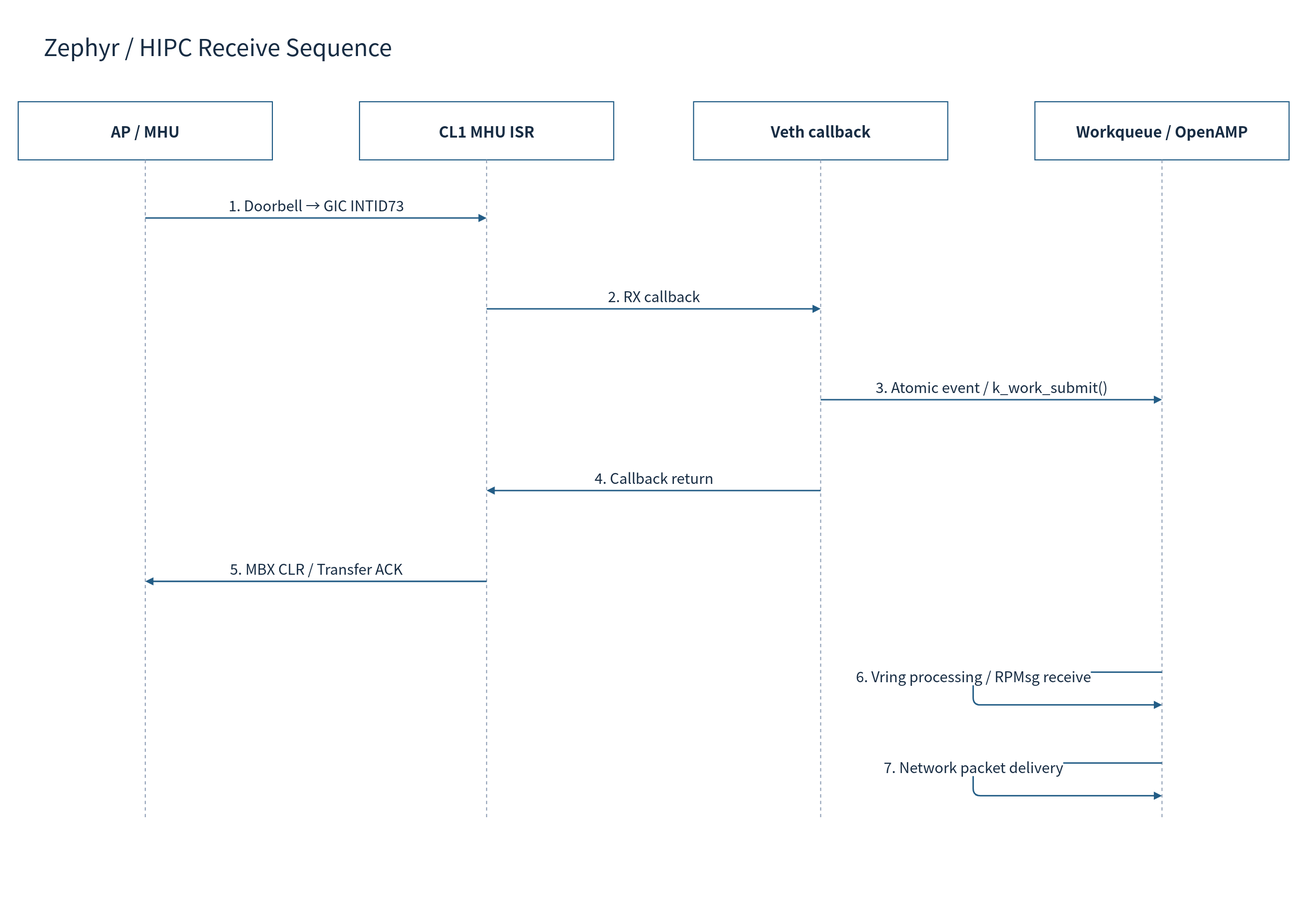
This is doc/phase1/mailbox/diagrams/20-zephyr-sequence.drawio.svg from cometzero/project-apollo, a draw.io export, as it was before one commit. Source tidied: cells renumbered, new cells last; positions are measured from the earlier drawing's top-left corner, leaving out a move shared by most shapes.
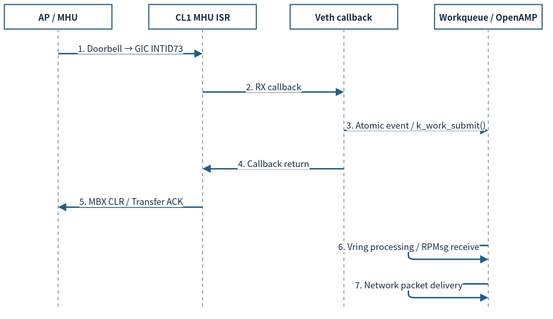
Above is the later version.

What changed in the source:
```diff
@@ -2,103 +2,97 @@
   <root>
     <mxCell id="0" />
     <mxCell id="1" parent="0" />
-    <mxCell id="2" style="rounded=0;whiteSpace=wrap;html=1;fillColor=#FFFFFF;strokeColor=none;strokeWidth=1.5;fontColor=#172C43;fontFamily=Noto Sans CJK KR;fontSize=22;spacing=10;" parent="1" vertex="1">
-      <mxGeometry width="1800" height="1265" as="geometry" />
-    </mxCell>
-    <mxCell id="3" value="Zephyr / HIPC Receive Sequence" style="rounded=0;whiteSpace=wrap;html=1;fillColor=#FFFFFF;strokeColor=none;strokeWidth=1.5;fontColor=#172C43;fontFamily=Noto Sans CJK KR;fontSize=22;spacing=10;fontSize=32;align=left;" parent="1" vertex="1">
-      <mxGeometry x="50" y="30" width="1700" height="65" as="geometry" />
-    </mxCell>
-    <mxCell id="4" value="AP / MHU" style="rounded=0;whiteSpace=wrap;html=1;fillColor=#FFFFFF;strokeColor=#235D86;strokeWidth=1.5;fontColor=#172C43;fontFamily=Noto Sans CJK KR;fontSize=22;spacing=10;fontStyle=1;fontSize=21;" parent="1" vertex="1">
-      <mxGeometry x="25" y="140" width="350" height="80" as="geometry" />
+    <mxCell id="4" value="AP / MHU" style="rounded=0;whiteSpace=wrap;html=1;fillColor=#FFFFFF;strokeColor=#235D86;strokeWidth=1.5;fontColor=#172C43;fontFamily=Noto Sans CJK KR;fontStyle=1;fontSize=12;spacing=3;whiteSpace=wrap;" parent="1" vertex="1">
+      <mxGeometry x="12" y="12" width="148" height="33.8" as="geometry" />
     </mxCell>
-    <mxCell id="5" style="endArrow=none;dashed=1;strokeColor=#94A3B8;strokeWidth=1.5;" parent="1" edge="1">
+    <mxCell id="5" style="endArrow=none;dashed=1;strokeColor=#94A3B8;strokeWidth=1.5;fontSize=12;spacing=3;whiteSpace=nowrap;" parent="1" edge="1">
       <mxGeometry relative="1" as="geometry">
-        <mxPoint x="200" y="220" as="sourcePoint" />
-        <mxPoint x="200" y="1125" as="targetPoint" />
+        <mxPoint x="86" y="45.8" as="sourcePoint" />
+        <mxPoint x="86" y="428.5" as="targetPoint" />
       </mxGeometry>
     </mxCell>
-    <mxCell id="6" value="CL1 MHU ISR" style="rounded=0;whiteSpace=wrap;html=1;fillColor=#FFFFFF;strokeColor=#235D86;strokeWidth=1.5;fontColor=#172C43;fontFamily=Noto Sans CJK KR;fontSize=22;spacing=10;fontStyle=1;fontSize=21;" parent="1" vertex="1">
-      <mxGeometry x="495" y="140" width="350" height="80" as="geometry" />
+    <mxCell id="6" value="CL1 MHU ISR" style="rounded=0;whiteSpace=wrap;html=1;fillColor=#FFFFFF;strokeColor=#235D86;strokeWidth=1.5;fontColor=#172C43;fontFamily=Noto Sans CJK KR;fontStyle=1;fontSize=12;spacing=3;whiteSpace=wrap;" parent="1" vertex="1">
+      <mxGeometry x="210.7" y="12" width="148" height="33.8" as="geometry" />
     </mxCell>
-    <mxCell id="7" style="endArrow=none;dashed=1;strokeColor=#94A3B8;strokeWidth=1.5;" parent="1" edge="1">
+    <mxCell id="7" style="endArrow=none;dashed=1;strokeColor=#94A3B8;strokeWidth=1.5;fontSize=12;spacing=3;whiteSpace=nowrap;" parent="1" edge="1">
       <mxGeometry relative="1" as="geometry">
-        <mxPoint x="670" y="220" as="sourcePoint" />
-        <mxPoint x="670" y="1125" as="targetPoint" />
+        <mxPoint x="284.7" y="45.8" as="sourcePoint" />
+        <mxPoint x="284.7" y="428.5" as="targetPoint" />
       </mxGeometry>
     </mxCell>
-    <mxCell id="8" value="Veth callback" style="rounded=0;whiteSpace=wrap;html=1;fillColor=#FFFFFF;strokeColor=#235D86;strokeWidth=1.5;fontColor=#172C43;fontFamily=Noto Sans CJK KR;fontSize=22;spacing=10;fontStyle=1;fontSize=21;" parent="1" vertex="1">
-      <mxGeometry x="955" y="140" width="350" height="80" as="geometry" />
+    <mxCell id="8" value="Veth callback" style="rounded=0;whiteSpace=wrap;html=1;fillColor=#FFFFFF;strokeColor=#235D86;strokeWidth=1.5;fontColor=#172C43;fontFamily=Noto Sans CJK KR;fontStyle=1;fontSize=12;spacing=3;whiteSpace=wrap;" parent="1" vertex="1">
+      <mxGeometry x="405.3" y="12" width="148" height="33.8" as="geometry" />
     </mxCell>
-    <mxCell id="9" style="endArrow=none;dashed=1;strokeColor=#94A3B8;strokeWidth=1.5;" parent="1" edge="1">
+    <mxCell id="9" style="endArrow=none;dashed=1;strokeColor=#94A3B8;strokeWidth=1.5;fontSize=12;spacing=3;whiteSpace=nowrap;" parent="1" edge="1">
       <mxGeometry relative="1" as="geometry">
-        <mxPoint x="1130" y="220" as="sourcePoint" />
-        <mxPoint x="1130" y="1125" as="targetPoint" />
+        <mxPoint x="479.3" y="45.8" as="sourcePoint" />
+        <mxPoint x="479.3" y="428.5" as="targetPoint" />
       </mxGeometry>
     </mxCell>
-    <mxCell id="10" value="Workqueue / OpenAMP" style="rounded=0;whiteSpace=wrap;html=1;fillColor=#FFFFFF;strokeColor=#235D86;strokeWidth=1.5;fontColor=#172C43;fontFamily=Noto Sans CJK KR;fontSize=22;spacing=10;fontStyle=1;fontSize=21;" parent="1" vertex="1">
-      <mxGeometry x="1425" y="140" width="350" height="80" as="geometry" />
+    <mxCell id="10" value="Workqueue / OpenAMP" style="rounded=0;whiteSpace=wrap;html=1;fillColor=#FFFFFF;strokeColor=#235D86;strokeWidth=1.5;fontColor=#172C43;fontFamily=Noto Sans CJK KR;fontStyle=1;fontSize=12;spacing=3;whiteSpace=wrap;" parent="1" vertex="1">
+      <mxGeometry x="604" y="12" width="148" height="33.8" as="geometry" />
     </mxCell>
-    <mxCell id="11" style="endArrow=none;dashed=1;strokeColor=#94A3B8;strokeWidth=1.5;" parent="1" edge="1">
+    <mxCell id="11" style="endArrow=none;dashed=1;strokeColor=#94A3B8;strokeWidth=1.5;fontSize=12;spacing=3;whiteSpace=nowrap;" parent="1" edge="1">
       <mxGeometry relative="1" as="geometry">
-        <mxPoint x="1600" y="220" as="sourcePoint" />
-        <mxPoint x="1600" y="1125" as="targetPoint" />
+        <mxPoint x="678" y="45.8" as="sourcePoint" />
+        <mxPoint x="678" y="428.5" as="targetPoint" />
       </mxGeometry>
     </mxCell>
-    <mxCell id="12" value="1. Doorbell → GIC INTID73" style="edgeStyle=none;html=1;endArrow=block;endFill=1;strokeColor=#235D86;strokeWidth=2;fontColor=#172C43;fontFamily=Noto Sans CJK KR;fontSize=20;labelBackgroundColor=#FFFFFF;" parent="1" edge="1">
+    <mxCell id="12" value="1. Doorbell → GIC INTID73" style="edgeStyle=none;html=1;endArrow=block;endFill=1;strokeColor=#235D86;strokeWidth=2;fontColor=#172C43;fontFamily=Noto Sans CJK KR;labelBackgroundColor=#FFFFFF;fontSize=12;spacing=3;whiteSpace=nowrap;" parent="1" edge="1">
       <mxGeometry relative="1" as="geometry">
-        <mxPoint x="200" y="300" as="sourcePoint" />
-        <mxPoint x="670" y="300" as="targetPoint" />
-        <mxPoint y="-18" as="offset" />
+        <mxPoint x="86" y="79.7" as="sourcePoint" />
+        <mxPoint x="284.7" y="79.7" as="targetPoint" />
+        <mxPoint y="-7.6" as="offset" />
       </mxGeometry>
     </mxCell>
-    <mxCell id="13" value="2. RX callback" style="edgeStyle=none;html=1;endArrow=block;endFill=1;strokeColor=#235D86;strokeWidth=2;fontColor=#172C43;fontFamily=Noto Sans CJK KR;fontSize=20;labelBackgroundColor=#FFFFFF;" parent="1" edge="1">
+    <mxCell id="13" value="2. RX callback" style="edgeStyle=none;html=1;endArrow=block;endFill=1;strokeColor=#235D86;strokeWidth=2;fontColor=#172C43;fontFamily=Noto Sans CJK KR;labelBackgroundColor=#FFFFFF;fontSize=12;spacing=3;whiteSpace=nowrap;" parent="1" edge="1">
       <mxGeometry relative="1" as="geometry">
-        <mxPoint x="670" y="425" as="sourcePoint" />
-        <mxPoint x="1130" y="425" as="targetPoint" />
-        <mxPoint y="-18" as="offset" />
+        <mxPoint x="284.7" y="132.5" as="sourcePoint" />
+        <mxPoint x="479.3" y="132.5" as="targetPoint" />
+        <mxPoint y="-7.6" as="offset" />
       </mxGeometry>
     </mxCell>
-    <mxCell id="14" value="3. Atomic event / k_work_submit()" style="edgeStyle=none;html=1;endArrow=block;endFill=1;strokeColor=#235D86;strokeWidth=2;fontColor=#172C43;fontFamily=Noto Sans CJK KR;fontSize=20;labelBackgroundColor=#FFFFFF;" parent="1" edge="1">
+    <mxCell id="14" value="3. Atomic event / k_work_submit()" style="edgeStyle=none;html=1;endArrow=block;endFill=1;strokeColor=#235D86;strokeWidth=2;fontColor=#172C43;fontFamily=Noto Sans CJK KR;labelBackgroundColor=#FFFFFF;fontSize=12;spacing=3;whiteSpace=nowrap;" parent="1" edge="1">
       <mxGeometry relative="1" as="geometry">
-        <mxPoint x="1130" y="550" as="sourcePoint" />
-        <mxPoint x="1600" y="550" as="targetPoint" />
-        <mxPoint y="-18" as="offset" />
+        <mxPoint x="479.3" y="185.4" as="sourcePoint" />
+        <mxPoint x="678" y="185.4" as="targetPoint" />
+        <mxPoint y="-7.6" as="offset" />
       </mxGeometry>
     </mxCell>
-    <mxCell id="15" value="4. Callback return" style="edgeStyle=none;html=1;endArrow=block;endFill=1;strokeColor=#235D86;strokeWidth=2;fontColor=#172C43;fontFamily=Noto Sans CJK KR;fontSize=20;labelBackgroundColor=#FFFFFF;" parent="1" edge="1">
+    <mxCell id="15" value="4. Callback return" style="edgeStyle=none;html=1;endArrow=block;endFill=1;strokeColor=#235D86;strokeWidth=2;fontColor=#172C43;fontFamily=Noto Sans CJK KR;labelBackgroundColor=#FFFFFF;fontSize=12;spacing=3;whiteSpace=nowrap;" parent="1" edge="1">
       <mxGeometry relative="1" as="geometry">
-        <mxPoint x="1130" y="675" as="sourcePoint" />
-        <mxPoint x="670" y="675" as="targetPoint" />
-        <mxPoint y="-18" as="offset" />
+        <mxPoint x="479.3" y="238.2" as="sourcePoint" />
+        <mxPoint x="284.7" y="238.2" as="targetPoint" />
+        <mxPoint y="-7.6" as="offset" />
       </mxGeometry>
     </mxCell>
-    <mxCell id="16" value="5. MBX CLR / Transfer ACK" style="edgeStyle=none;html=1;endArrow=block;endFill=1;strokeColor=#235D86;strokeWidth=2;fontColor=#172C43;fontFamily=Noto Sans CJK KR;fontSize=20;labelBackgroundColor=#FFFFFF;" parent="1" edge="1">
+    <mxCell id="16" value="5. MBX CLR / Transfer ACK" style="edgeStyle=none;html=1;endArrow=block;endFill=1;strokeColor=#235D86;strokeWidth=2;fontColor=#172C43;fontFamily=Noto Sans CJK KR;labelBackgroundColor=#FFFFFF;fontSize=12;spacing=3;whiteSpace=nowrap;" parent="1" edge="1">
       <mxGeometry relative="1" as="geometry">
-        <mxPoint x="670" y="800" as="sourcePoint" />
-        <mxPoint x="200" y="800" as="targetPoint" />
-        <mxPoint y="-18" as="offset" />
+        <mxPoint x="284.7" y="291.1" as="sourcePoint" />
+        <mxPoint x="86" y="291.1" as="targetPoint" />
+        <mxPoint y="-7.6" as="offset" />
       </mxGeometry>
     </mxCell>
-    <mxCell id="17" value="6. Vring processing / RPMsg receive" style="edgeStyle=none;html=1;endArrow=block;endFill=1;strokeColor=#235D86;strokeWidth=2;fontColor=#172C43;fontFamily=Noto Sans CJK KR;fontSize=20;labelBackgroundColor=#FFFFFF;" parent="1" edge="1">
+    <mxCell id="17" value="6. Vring processing / RPMsg receive" style="edgeStyle=none;html=1;endArrow=block;endFill=1;strokeColor=#235D86;strokeWidth=2;fontColor=#172C43;fontFamily=Noto Sans CJK KR;labelBackgroundColor=#FFFFFF;fontSize=12;spacing=3;whiteSpace=nowrap;" parent="1" edge="1">
       <mxGeometry relative="1" as="geometry">
-        <mxPoint x="1600" y="925" as="sourcePoint" />
-        <mxPoint x="1600" y="970" as="targetPoint" />
+        <mxPoint x="678" y="343.9" as="sourcePoint" />
+        <mxPoint x="678" y="363" as="targetPoint" />
         <Array as="points">
-          <mxPoint x="1340" y="925" />
-          <mxPoint x="1340" y="970" />
+          <mxPoint x="568.1" y="343.9" />
+          <mxPoint x="568.1" y="363" />
         </Array>
-        <mxPoint y="-18" as="offset" />
+        <mxPoint y="-7.6" as="offset" />
       </mxGeometry>
     </mxCell>
-    <mxCell id="18" value="7. Network packet delivery" style="edgeStyle=none;html=1;endArrow=block;endFill=1;strokeColor=#235D86;strokeWidth=2;fontColor=#172C43;fontFamily=Noto Sans CJK KR;fontSize=20;labelBackgroundColor=#FFFFFF;" parent="1" edge="1">
+    <mxCell id="18" value="7. Network packet delivery" style="edgeStyle=none;html=1;endArrow=block;endFill=1;strokeColor=#235D86;strokeWidth=2;fontColor=#172C43;fontFamily=Noto Sans CJK KR;labelBackgroundColor=#FFFFFF;fontSize=12;spacing=3;whiteSpace=nowrap;" parent="1" edge="1">
       <mxGeometry relative="1" as="geometry">
-        <mxPoint x="1600" y="1050" as="sourcePoint" />
-        <mxPoint x="1600" y="1095" as="targetPoint" />
+        <mxPoint x="678" y="396.8" as="sourcePoint" />
+        <mxPoint x="678" y="415.8" as="targetPoint" />
         <Array as="points">
-          <mxPoint x="1340" y="1050" />
-          <mxPoint x="1340" y="1095" />
+          <mxPoint x="568.1" y="396.8" />
+          <mxPoint x="568.1" y="415.8" />
         </Array>
-        <mxPoint y="-18" as="offset" />
+        <mxPoint y="-7.6" as="offset" />
       </mxGeometry>
     </mxCell>
   </root>
```
